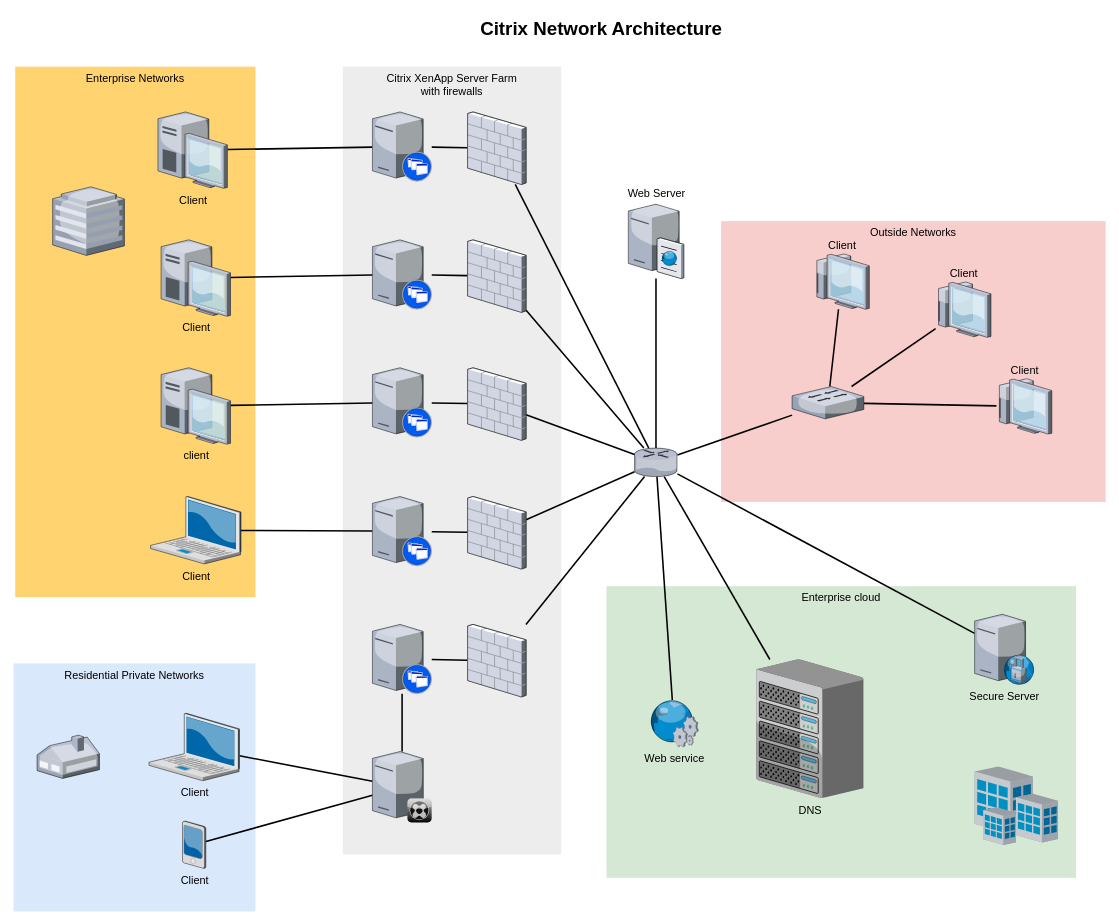
The draw.io diagram Диаграмма без названия.drawio in sirantonyru/pgcluster, before the edit. Source tidied: cells renumbered, new cells numbered last; positions are measured from the earlier drawing's top-left corner, leaving out a move shared by most shapes. Both pictures are drawn from the tidied source at 78%, with x=0, y=0 at pixel (13, 13).
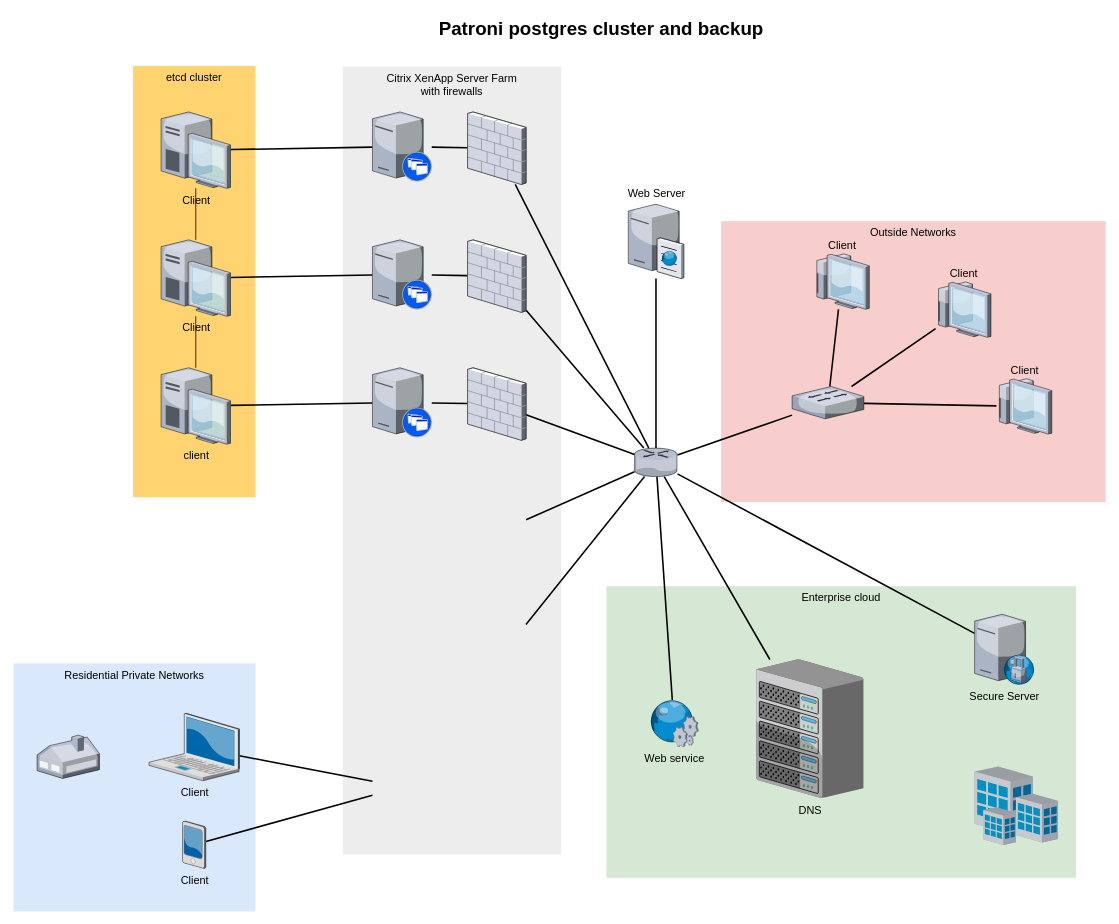
After the change.

The change refers to these unchanged cells:
```xml
<mxCell id="8" value="Client" style="verticalLabelPosition=bottom;html=1;verticalAlign=top;strokeColor=none;shape=mxgraph.citrix.laptop_2;fillColor=#66B2FF;gradientColor=#0066CC;fontSize=14;" parent="1" vertex="1">
  <mxGeometry x="173.5" y="897" width="116" height="86.5" as="geometry" />
</mxCell>
<mxCell id="12" value="client" style="verticalLabelPosition=bottom;html=1;verticalAlign=top;strokeColor=none;shape=mxgraph.citrix.desktop;fillColor=#66B2FF;gradientColor=#0066CC;fontSize=14;" parent="1" vertex="1">
  <mxGeometry x="189" y="454" width="89" height="98" as="geometry" />
</mxCell>
<mxCell id="14" value="Client" style="verticalLabelPosition=bottom;html=1;verticalAlign=top;strokeColor=none;shape=mxgraph.citrix.desktop;fillColor=#66B2FF;gradientColor=#0066CC;fontSize=14;" parent="1" vertex="1">
  <mxGeometry x="189" y="290" width="89" height="98" as="geometry" />
</mxCell>
<mxCell id="18" value="Client" style="verticalLabelPosition=bottom;html=1;verticalAlign=top;strokeColor=none;shape=mxgraph.citrix.pda;fillColor=#66B2FF;gradientColor=#0066CC;fontSize=14;" parent="1" vertex="1">
  <mxGeometry x="216.5" y="1035" width="30" height="61" as="geometry" />
</mxCell>
<mxCell id="33" style="verticalLabelPosition=bottom;html=1;verticalAlign=top;strokeColor=none;shape=mxgraph.citrix.router;fillColor=#66B2FF;gradientColor=#0066CC;fontSize=14;" parent="1" vertex="1">
  <mxGeometry x="796" y="557" width="55" height="36.5" as="geometry" />
</mxCell>
```

Diff of the diagram source:
```diff
@@
-    <mxCell id="6" value="Enterprise Networks" style="whiteSpace=wrap;html=1;fillColor=#FFD470;gradientColor=none;fontSize=14;strokeColor=none;verticalAlign=top;" parent="1" vertex="1">
-      <mxGeometry x="2" y="68" width="308" height="680" as="geometry" />
+    <mxCell id="6" value="etcd cluster" style="whiteSpace=wrap;html=1;fillColor=#FFD470;gradientColor=none;fontSize=14;strokeColor=none;verticalAlign=top;" parent="1" vertex="1">
+      <mxGeometry x="153" y="67" width="157" height="553" as="geometry" />
     </mxCell>
-    <mxCell id="7" style="edgeStyle=none;rounded=0;html=1;startSize=10;endSize=10;jettySize=auto;fontSize=14;endArrow=none;endFill=0;strokeWidth=2;" parent="1" edge="1" source="8" target="35">
-      <mxGeometry relative="1" as="geometry" />
+    <mxCell id="7" style="edgeStyle=none;rounded=0;html=1;startSize=10;endSize=10;jettySize=auto;fontSize=14;endArrow=none;endFill=0;strokeWidth=2;" parent="1" edge="1" source="8">
+      <mxGeometry relative="1" as="geometry">
+        <mxPoint x="460" y="984.2" as="targetPoint" />
+      </mxGeometry>
     </mxCell>
@@
-    <mxCell id="9" style="edgeStyle=none;rounded=0;html=1;startSize=10;endSize=10;jettySize=auto;fontSize=14;endArrow=none;endFill=0;strokeWidth=2;" parent="1" edge="1" source="10" target="22">
-      <mxGeometry relative="1" as="geometry" />
-    </mxCell>
-    <mxCell id="10" value="Client" style="verticalLabelPosition=bottom;html=1;verticalAlign=top;strokeColor=none;shape=mxgraph.citrix.laptop_2;fillColor=#66B2FF;gradientColor=#0066CC;fontSize=14;" parent="1" vertex="1">
-      <mxGeometry x="175.5" y="619" width="116" height="86.5" as="geometry" />
-    </mxCell>
@@
+    <mxCell id="62" style="edgeStyle=none;rounded=0;jettySize=auto;html=1;endArrow=none;startFill=0;" parent="1" edge="1" source="12" target="14">
+      <mxGeometry relative="1" as="geometry" />
+    </mxCell>
@@
+    <mxCell id="63" style="edgeStyle=none;rounded=0;jettySize=auto;html=1;endArrow=none;startFill=0;" parent="1" edge="1" source="16" target="14">
+      <mxGeometry relative="1" as="geometry" />
+    </mxCell>
     <mxCell id="16" value="Client" style="verticalLabelPosition=bottom;html=1;verticalAlign=top;strokeColor=none;shape=mxgraph.citrix.desktop;fillColor=#66B2FF;gradientColor=#0066CC;fontSize=14;" parent="1" vertex="1">
-      <mxGeometry x="185" y="126" width="89" height="98" as="geometry" />
+      <mxGeometry x="189" y="126" width="89" height="98" as="geometry" />
     </mxCell>
-    <mxCell id="17" style="edgeStyle=none;rounded=0;html=1;startSize=10;endSize=10;jettySize=auto;fontSize=14;endArrow=none;endFill=0;strokeWidth=2;" parent="1" edge="1" source="18" target="35">
-      <mxGeometry relative="1" as="geometry" />
+    <mxCell id="17" style="edgeStyle=none;rounded=0;html=1;startSize=10;endSize=10;jettySize=auto;fontSize=14;endArrow=none;endFill=0;strokeWidth=2;" parent="1" edge="1" source="18">
+      <mxGeometry relative="1" as="geometry">
+        <mxPoint x="460" y="1002.1" as="targetPoint" />
+      </mxGeometry>
     </mxCell>
@@
-    <mxCell id="19" style="edgeStyle=none;rounded=0;html=1;startSize=10;endSize=10;jettySize=auto;fontSize=14;endArrow=none;endFill=0;strokeWidth=2;" parent="1" edge="1" source="20" target="47">
-      <mxGeometry relative="1" as="geometry" />
-    </mxCell>
-    <mxCell id="20" style="verticalLabelPosition=bottom;html=1;verticalAlign=top;strokeColor=none;shape=mxgraph.citrix.xenapp_server;fillColor=#66B2FF;gradientColor=#0066CC;fontSize=14;" parent="1" vertex="1">
-      <mxGeometry x="460" y="783" width="76" height="89" as="geometry" />
-    </mxCell>
-    <mxCell id="21" style="edgeStyle=none;rounded=0;html=1;startSize=10;endSize=10;jettySize=auto;fontSize=14;endArrow=none;endFill=0;strokeWidth=2;" parent="1" edge="1" source="22" target="45">
-      <mxGeometry relative="1" as="geometry" />
-    </mxCell>
-    <mxCell id="22" style="verticalLabelPosition=bottom;html=1;verticalAlign=top;strokeColor=none;shape=mxgraph.citrix.xenapp_server;fillColor=#66B2FF;gradientColor=#0066CC;fontSize=14;" parent="1" vertex="1">
-      <mxGeometry x="460" y="619" width="76" height="89" as="geometry" />
-    </mxCell>
@@
-    <mxCell id="34" style="edgeStyle=none;rounded=0;html=1;startSize=10;endSize=10;jettySize=auto;fontSize=14;endArrow=none;endFill=0;strokeWidth=2;" parent="1" edge="1" source="35" target="20">
-      <mxGeometry relative="1" as="geometry" />
-    </mxCell>
-    <mxCell id="35" style="verticalLabelPosition=bottom;html=1;verticalAlign=top;strokeColor=none;shape=mxgraph.citrix.xenclient_synchronizer;fillColor=#CCCCCC;gradientColor=#000000;gradientDirection=south;fontSize=14;" parent="1" vertex="1">
-      <mxGeometry x="460" y="946" width="76" height="91" as="geometry" />
-    </mxCell>
@@
-    <mxCell id="44" style="edgeStyle=none;rounded=0;html=1;startSize=10;endSize=10;jettySize=auto;fontSize=14;endArrow=none;endFill=0;strokeWidth=2;" parent="1" edge="1" source="45" target="33">
-      <mxGeometry relative="1" as="geometry" />
+    <mxCell id="44" style="edgeStyle=none;rounded=0;html=1;startSize=10;endSize=10;jettySize=auto;fontSize=14;endArrow=none;endFill=0;strokeWidth=2;" parent="1" edge="1" target="33">
+      <mxGeometry relative="1" as="geometry">
+        <mxPoint x="657" y="648.9" as="sourcePoint" />
+      </mxGeometry>
     </mxCell>
-    <mxCell id="45" style="verticalLabelPosition=bottom;html=1;verticalAlign=top;strokeColor=none;shape=mxgraph.citrix.firewall;fillColor=#66B2FF;gradientColor=#0066CC;fontSize=14;" parent="1" vertex="1">
-      <mxGeometry x="582" y="619" width="75" height="93" as="geometry" />
-    </mxCell>
-    <mxCell id="46" style="edgeStyle=none;rounded=0;html=1;startSize=10;endSize=10;jettySize=auto;fontSize=14;endArrow=none;endFill=0;strokeWidth=2;" parent="1" edge="1" source="47" target="33">
-      <mxGeometry relative="1" as="geometry" />
+    <mxCell id="46" style="edgeStyle=none;rounded=0;html=1;startSize=10;endSize=10;jettySize=auto;fontSize=14;endArrow=none;endFill=0;strokeWidth=2;" parent="1" edge="1" target="33">
+      <mxGeometry relative="1" as="geometry">
+        <mxPoint x="656.8" y="783" as="sourcePoint" />
+      </mxGeometry>
     </mxCell>
-    <mxCell id="47" style="verticalLabelPosition=bottom;html=1;verticalAlign=top;strokeColor=none;shape=mxgraph.citrix.firewall;fillColor=#66B2FF;gradientColor=#0066CC;fontSize=14;" parent="1" vertex="1">
-      <mxGeometry x="582" y="783" width="75" height="93" as="geometry" />
-    </mxCell>
@@
-    <mxCell id="49" style="verticalLabelPosition=bottom;html=1;verticalAlign=top;strokeColor=none;shape=mxgraph.citrix.hq_enterprise;fillColor=#66B2FF;gradientColor=#0066CC;fontSize=14;" parent="1" vertex="1">
-      <mxGeometry x="50" y="222" width="92" height="88" as="geometry" />
-    </mxCell>
@@
-    <mxCell id="61" value="Citrix Network Architecture" style="text;strokeColor=none;fillColor=none;html=1;fontSize=24;fontStyle=1;verticalAlign=middle;align=center;" parent="1" vertex="1">
+    <mxCell id="61" value="Patroni postgres cluster and backup" style="text;strokeColor=none;fillColor=none;html=1;fontSize=24;fontStyle=1;verticalAlign=middle;align=center;" parent="1" vertex="1">
       <mxGeometry x="322" width="861" height="40" as="geometry" />
     </mxCell>
+    <mxCell id="64" style="edgeStyle=orthogonalEdgeStyle;rounded=0;orthogonalLoop=1;jettySize=auto;html=1;exitX=0.5;exitY=1;exitDx=0;exitDy=0;" parent="1" edge="1" source="6" target="6">
+      <mxGeometry relative="1" as="geometry" />
+    </mxCell>
```
